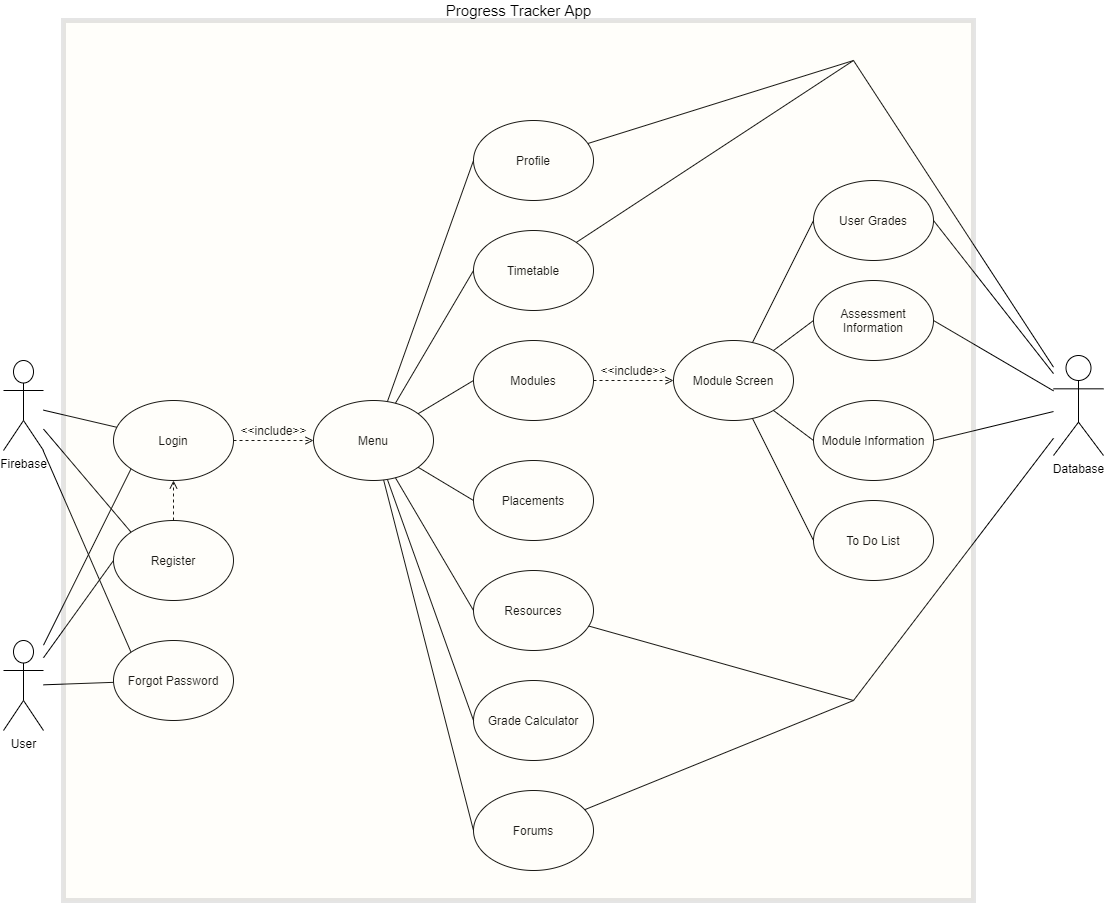
Earlier version of the draw.io export Designs/Diagrams/Progress Tracker Use Case.png (Khizar-Khan/Year-2-Project). Source tidied: cells renumbered, new cells last; positions are measured from the earlier drawing's top-left corner, leaving out a move shared by most shapes. The source it was exported from:
```xml
<mxGraphModel>
  <root>
    <mxCell id="0" />
    <mxCell id="1" parent="0" />
    <mxCell id="2" value="User" style="shape=umlActor;verticalLabelPosition=bottom;labelBackgroundColor=#ffffff;verticalAlign=top;html=1;outlineConnect=0;" parent="1" vertex="1">
      <mxGeometry y="640" width="40" height="90" as="geometry" />
    </mxCell>
    <mxCell id="3" value="Login" style="ellipse;whiteSpace=wrap;html=1;" parent="1" vertex="1">
      <mxGeometry x="110" y="400" width="120" height="80" as="geometry" />
    </mxCell>
    <mxCell id="4" style="edgeStyle=orthogonalEdgeStyle;rounded=0;jettySize=auto;html=1;exitX=0.5;exitY=0;exitDx=0;exitDy=0;entryX=0.5;entryY=1;entryDx=0;entryDy=0;endArrow=open;endFill=0;dashed=1;" parent="1" edge="1" source="5" target="3">
      <mxGeometry relative="1" as="geometry" />
    </mxCell>
    <mxCell id="5" value="Register" style="ellipse;whiteSpace=wrap;html=1;" parent="1" vertex="1">
      <mxGeometry x="110" y="520" width="120" height="80" as="geometry" />
    </mxCell>
    <mxCell id="6" value="Forgot Password" style="ellipse;whiteSpace=wrap;html=1;" parent="1" vertex="1">
      <mxGeometry x="110" y="640" width="120" height="80" as="geometry" />
    </mxCell>
    <mxCell id="7" value="Profile" style="ellipse;whiteSpace=wrap;html=1;" parent="1" vertex="1">
      <mxGeometry x="470" y="120" width="120" height="80" as="geometry" />
    </mxCell>
    <mxCell id="8" value="Modules" style="ellipse;whiteSpace=wrap;html=1;" parent="1" vertex="1">
      <mxGeometry x="470" y="340" width="120" height="80" as="geometry" />
    </mxCell>
    <mxCell id="9" value="Assessment Information" style="ellipse;whiteSpace=wrap;html=1;" parent="1" vertex="1">
      <mxGeometry x="810" y="280" width="120" height="80" as="geometry" />
    </mxCell>
    <mxCell id="10" value="Module Information" style="ellipse;whiteSpace=wrap;html=1;" parent="1" vertex="1">
      <mxGeometry x="810" y="400" width="120" height="80" as="geometry" />
    </mxCell>
    <mxCell id="11" value="User Grades" style="ellipse;whiteSpace=wrap;html=1;" parent="1" vertex="1">
      <mxGeometry x="810" y="180" width="120" height="80" as="geometry" />
    </mxCell>
    <mxCell id="12" value="To Do List" style="ellipse;whiteSpace=wrap;html=1;" parent="1" vertex="1">
      <mxGeometry x="810" y="500" width="120" height="80" as="geometry" />
    </mxCell>
    <mxCell id="13" value="Timetable" style="ellipse;whiteSpace=wrap;html=1;" parent="1" vertex="1">
      <mxGeometry x="470" y="230" width="120" height="80" as="geometry" />
    </mxCell>
    <mxCell id="14" value="Placements" style="ellipse;whiteSpace=wrap;html=1;" parent="1" vertex="1">
      <mxGeometry x="470" y="460" width="120" height="80" as="geometry" />
    </mxCell>
    <mxCell id="15" value="Resources" style="ellipse;whiteSpace=wrap;html=1;" parent="1" vertex="1">
      <mxGeometry x="470" y="570" width="120" height="80" as="geometry" />
    </mxCell>
    <mxCell id="16" value="Grade Calculator" style="ellipse;whiteSpace=wrap;html=1;" parent="1" vertex="1">
      <mxGeometry x="470" y="680" width="120" height="80" as="geometry" />
    </mxCell>
    <mxCell id="17" value="Database" style="shape=umlActor;verticalLabelPosition=bottom;labelBackgroundColor=#ffffff;verticalAlign=top;html=1;outlineConnect=0;" parent="1" vertex="1">
      <mxGeometry x="1050" y="355" width="50" height="100" as="geometry" />
    </mxCell>
    <mxCell id="18" value="Firebase" style="shape=umlActor;verticalLabelPosition=bottom;labelBackgroundColor=#ffffff;verticalAlign=top;html=1;outlineConnect=0;" parent="1" vertex="1">
      <mxGeometry y="360" width="40" height="90" as="geometry" />
    </mxCell>
    <mxCell id="19" style="endArrow=none;html=1;" parent="1" edge="1" source="18" target="3">
      <mxGeometry relative="1" as="geometry" />
    </mxCell>
    <mxCell id="20" style="endArrow=none;html=1;entryX=0;entryY=0;entryDx=0;entryDy=0;" parent="1" edge="1" source="18" target="5">
      <mxGeometry relative="1" as="geometry" />
    </mxCell>
    <mxCell id="21" style="endArrow=none;html=1;entryX=0;entryY=0;entryDx=0;entryDy=0;" parent="1" edge="1" source="18" target="6">
      <mxGeometry relative="1" as="geometry" />
    </mxCell>
    <mxCell id="22" style="endArrow=none;html=1;entryX=0;entryY=1;entryDx=0;entryDy=0;" parent="1" edge="1" source="2" target="3">
      <mxGeometry relative="1" as="geometry" />
    </mxCell>
    <mxCell id="23" style="endArrow=none;html=1;" parent="1" edge="1" source="6" target="2">
      <mxGeometry relative="1" as="geometry" />
    </mxCell>
    <mxCell id="24" style="endArrow=none;html=1;entryX=0;entryY=0.5;entryDx=0;entryDy=0;" parent="1" edge="1" source="2" target="5">
      <mxGeometry relative="1" as="geometry" />
    </mxCell>
    <mxCell id="25" value="Menu" style="ellipse;whiteSpace=wrap;html=1;" parent="1" vertex="1">
      <mxGeometry x="310" y="400" width="120" height="80" as="geometry" />
    </mxCell>
    <mxCell id="26" style="endArrow=open;dashed=1;html=1;entryX=0;entryY=0.5;entryDx=0;entryDy=0;exitX=1;exitY=0.5;exitDx=0;exitDy=0;endFill=0;" parent="1" edge="1" source="3" target="25">
      <mxGeometry relative="1" as="geometry" />
    </mxCell>
    <mxCell id="27" value="&amp;lt;&amp;lt;include&amp;gt;&amp;gt;" style="text;html=1;align=center;verticalAlign=middle;" parent="1" vertex="1">
      <mxGeometry x="230" y="420" width="80" height="20" as="geometry" />
    </mxCell>
    <mxCell id="28" style="endArrow=none;html=1;entryX=0;entryY=0.5;entryDx=0;entryDy=0;" parent="1" edge="1" source="25" target="7">
      <mxGeometry relative="1" as="geometry" />
    </mxCell>
    <mxCell id="29" style="endArrow=none;html=1;entryX=0;entryY=0.5;entryDx=0;entryDy=0;" parent="1" edge="1" source="25" target="13">
      <mxGeometry relative="1" as="geometry" />
    </mxCell>
    <mxCell id="30" style="endArrow=none;html=1;entryX=0;entryY=0.5;entryDx=0;entryDy=0;" parent="1" edge="1" source="25" target="8">
      <mxGeometry relative="1" as="geometry" />
    </mxCell>
    <mxCell id="31" style="endArrow=none;html=1;entryX=0;entryY=0.5;entryDx=0;entryDy=0;" parent="1" edge="1" source="25" target="14">
      <mxGeometry relative="1" as="geometry" />
    </mxCell>
    <mxCell id="32" style="endArrow=none;html=1;entryX=0;entryY=0.5;entryDx=0;entryDy=0;" parent="1" edge="1" source="25" target="15">
      <mxGeometry relative="1" as="geometry" />
    </mxCell>
    <mxCell id="33" style="endArrow=none;html=1;entryX=0;entryY=0.5;entryDx=0;entryDy=0;" parent="1" edge="1" source="25" target="16">
      <mxGeometry relative="1" as="geometry" />
    </mxCell>
    <mxCell id="34" value="Module Screen" style="ellipse;whiteSpace=wrap;html=1;" parent="1" vertex="1">
      <mxGeometry x="670" y="340" width="120" height="80" as="geometry" />
    </mxCell>
    <mxCell id="35" style="endArrow=open;dashed=1;html=1;exitX=1;exitY=0.5;exitDx=0;exitDy=0;entryX=0;entryY=0.5;entryDx=0;entryDy=0;endFill=0;" parent="1" edge="1" source="8" target="34">
      <mxGeometry relative="1" as="geometry" />
    </mxCell>
    <mxCell id="36" value="&amp;lt;&amp;lt;include&amp;gt;&amp;gt;" style="text;html=1;align=center;verticalAlign=middle;" parent="1" vertex="1">
      <mxGeometry x="590" y="360" width="80" height="20" as="geometry" />
    </mxCell>
    <mxCell id="37" style="endArrow=none;html=1;exitX=0;exitY=0.5;exitDx=0;exitDy=0;" parent="1" edge="1" source="11" target="34">
      <mxGeometry relative="1" as="geometry" />
    </mxCell>
    <mxCell id="38" style="endArrow=none;html=1;entryX=0;entryY=0.5;entryDx=0;entryDy=0;" parent="1" edge="1" source="34" target="12">
      <mxGeometry relative="1" as="geometry" />
    </mxCell>
    <mxCell id="39" style="endArrow=none;html=1;entryX=0;entryY=0.5;entryDx=0;entryDy=0;" parent="1" edge="1" source="34" target="9">
      <mxGeometry relative="1" as="geometry" />
    </mxCell>
    <mxCell id="40" style="endArrow=none;html=1;entryX=0;entryY=0.5;entryDx=0;entryDy=0;" parent="1" edge="1" source="34" target="10">
      <mxGeometry relative="1" as="geometry" />
    </mxCell>
    <mxCell id="41" style="endArrow=none;html=1;exitX=1;exitY=0.5;exitDx=0;exitDy=0;" parent="1" edge="1" source="11" target="17">
      <mxGeometry relative="1" as="geometry" />
    </mxCell>
    <mxCell id="42" style="endArrow=none;html=1;exitX=1;exitY=0.5;exitDx=0;exitDy=0;" parent="1" edge="1" source="9" target="17">
      <mxGeometry relative="1" as="geometry" />
    </mxCell>
    <mxCell id="43" style="endArrow=none;html=1;exitX=1;exitY=0.5;exitDx=0;exitDy=0;" parent="1" edge="1" source="10" target="17">
      <mxGeometry relative="1" as="geometry" />
    </mxCell>
    <mxCell id="44" style="endArrow=none;html=1;" parent="1" edge="1" source="17">
      <mxGeometry relative="1" as="geometry">
        <mxPoint x="850" y="60" as="targetPoint" />
      </mxGeometry>
    </mxCell>
    <mxCell id="45" style="endArrow=none;html=1;" parent="1" edge="1" source="7">
      <mxGeometry relative="1" as="geometry">
        <mxPoint x="850" y="60" as="targetPoint" />
      </mxGeometry>
    </mxCell>
    <mxCell id="46" style="endArrow=none;html=1;" parent="1" edge="1" source="13">
      <mxGeometry relative="1" as="geometry">
        <mxPoint x="850" y="60" as="targetPoint" />
      </mxGeometry>
    </mxCell>
    <mxCell id="47" style="endArrow=none;html=1;" parent="1" edge="1" source="17">
      <mxGeometry relative="1" as="geometry">
        <mxPoint x="850" y="700" as="targetPoint" />
      </mxGeometry>
    </mxCell>
    <mxCell id="48" style="endArrow=none;html=1;" parent="1" edge="1" source="15">
      <mxGeometry relative="1" as="geometry">
        <mxPoint x="850" y="700" as="targetPoint" />
      </mxGeometry>
    </mxCell>
    <mxCell id="49" value="Forums" style="ellipse;whiteSpace=wrap;html=1;" parent="1" vertex="1">
      <mxGeometry x="470" y="790" width="120" height="80" as="geometry" />
    </mxCell>
    <mxCell id="50" style="endArrow=none;html=1;exitX=0;exitY=0.5;exitDx=0;exitDy=0;" parent="1" edge="1" source="49" target="25">
      <mxGeometry relative="1" as="geometry" />
    </mxCell>
    <mxCell id="51" style="endArrow=none;html=1;" parent="1" edge="1" source="49">
      <mxGeometry relative="1" as="geometry">
        <mxPoint x="850" y="700" as="targetPoint" />
      </mxGeometry>
    </mxCell>
    <mxCell id="52" style="rounded=0;whiteSpace=wrap;html=1;fillColor=#fff2cc;strokeWidth=5;strokeColor=#000000;opacity=10;" parent="1" vertex="1">
      <mxGeometry x="60" y="20" width="910" height="880" as="geometry" />
    </mxCell>
    <mxCell id="53" value="Progress Tracker App" style="text;html=1;align=center;verticalAlign=middle;strokeWidth=1;fontSize=15;" parent="1" vertex="1">
      <mxGeometry x="435" width="160" height="20" as="geometry" />
    </mxCell>
  </root>
</mxGraphModel>
```
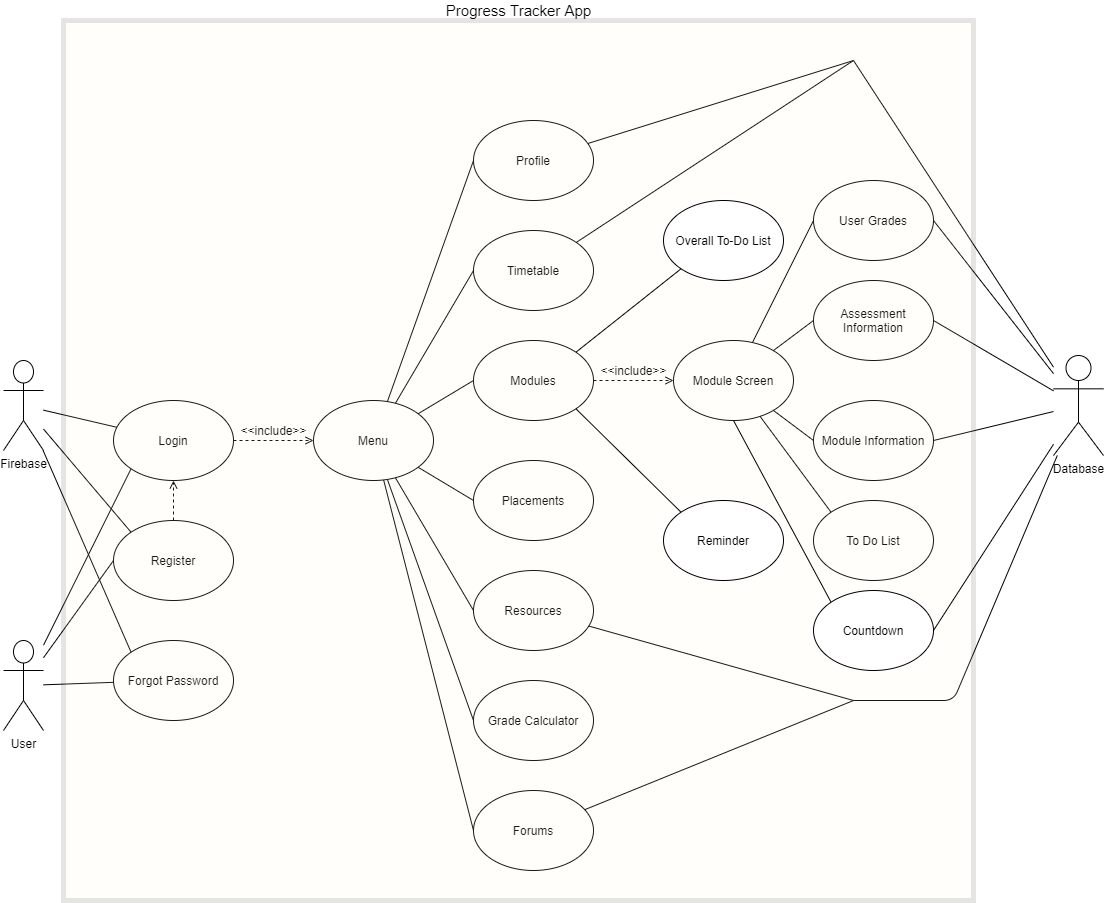
After the change.

Commit message:
Update to use case

Diff of the diagram source:
```diff
@@ -110,7 +110,7 @@
     <mxCell id="37" style="endArrow=none;html=1;exitX=0;exitY=0.5;exitDx=0;exitDy=0;" parent="1" edge="1" source="11" target="34">
       <mxGeometry relative="1" as="geometry" />
     </mxCell>
-    <mxCell id="38" style="endArrow=none;html=1;entryX=0;entryY=0.5;entryDx=0;entryDy=0;" parent="1" edge="1" source="34" target="12">
+    <mxCell id="38" style="endArrow=none;html=1;entryX=0;entryY=0;entryDx=0;entryDy=0;" parent="1" edge="1" source="34" target="12">
       <mxGeometry relative="1" as="geometry" />
     </mxCell>
     <mxCell id="39" style="endArrow=none;html=1;entryX=0;entryY=0.5;entryDx=0;entryDy=0;" parent="1" edge="1" source="34" target="9">
@@ -146,6 +146,9 @@
     <mxCell id="47" style="endArrow=none;html=1;" parent="1" edge="1" source="17">
       <mxGeometry relative="1" as="geometry">
         <mxPoint x="850" y="700" as="targetPoint" />
+        <Array as="points">
+          <mxPoint x="950" y="700" />
+        </Array>
       </mxGeometry>
     </mxCell>
     <mxCell id="48" style="endArrow=none;html=1;" parent="1" edge="1" source="15">
@@ -170,5 +173,26 @@
     <mxCell id="53" value="Progress Tracker App" style="text;html=1;align=center;verticalAlign=middle;strokeWidth=1;fontSize=15;" parent="1" vertex="1">
       <mxGeometry x="435" width="160" height="20" as="geometry" />
     </mxCell>
+    <mxCell id="54" value="Countdown" style="ellipse;whiteSpace=wrap;html=1;" parent="1" vertex="1">
+      <mxGeometry x="810" y="590" width="120" height="80" as="geometry" />
+    </mxCell>
+    <mxCell id="55" style="endArrow=none;html=1;exitX=1;exitY=0.5;exitDx=0;exitDy=0;" parent="1" edge="1" source="54" target="17">
+      <mxGeometry relative="1" as="geometry" />
+    </mxCell>
+    <mxCell id="56" style="endArrow=none;html=1;entryX=0.5;entryY=1;entryDx=0;entryDy=0;exitX=0;exitY=0;exitDx=0;exitDy=0;" parent="1" edge="1" source="54" target="34">
+      <mxGeometry relative="1" as="geometry" />
+    </mxCell>
+    <mxCell id="57" value="Overall To-Do List" style="ellipse;whiteSpace=wrap;html=1;" parent="1" vertex="1">
+      <mxGeometry x="660" y="200" width="120" height="80" as="geometry" />
+    </mxCell>
+    <mxCell id="58" value="Reminder" style="ellipse;whiteSpace=wrap;html=1;" parent="1" vertex="1">
+      <mxGeometry x="660" y="500" width="120" height="80" as="geometry" />
+    </mxCell>
+    <mxCell id="59" style="endArrow=none;html=1;exitX=0;exitY=0;exitDx=0;exitDy=0;entryX=1;entryY=1;entryDx=0;entryDy=0;" parent="1" edge="1" source="58" target="8">
+      <mxGeometry relative="1" as="geometry" />
+    </mxCell>
+    <mxCell id="60" style="endArrow=none;html=1;entryX=0;entryY=1;entryDx=0;entryDy=0;exitX=1;exitY=0;exitDx=0;exitDy=0;" parent="1" edge="1" source="8" target="57">
+      <mxGeometry relative="1" as="geometry" />
+    </mxCell>
   </root>
 </mxGraphModel>
```
